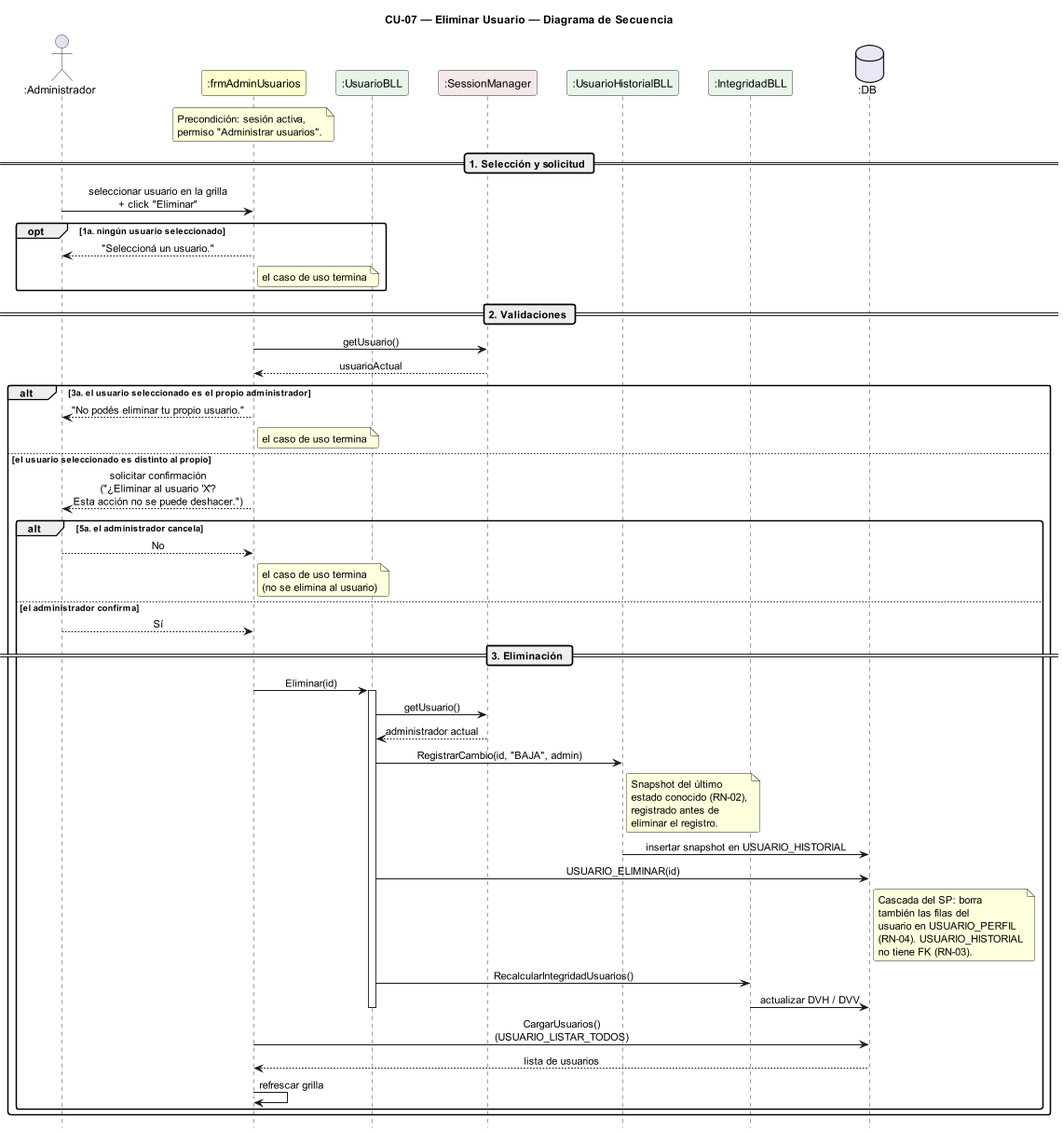
The PlantUML diagram DIAGRAMAS/DiagramaSecuencia_CU07_EliminarUsuario.png in Urrels/ingenieria_software, before a commit. The source it was exported from:
```plantuml
@startuml DiagramaSecuencia_CU07_EliminarUsuario

title CU-07 — Eliminar Usuario — Diagrama de Secuencia

skinparam shadowing false
skinparam roundcorner 6
skinparam sequenceArrowThickness 1.2
skinparam ParticipantPadding 14
skinparam sequenceMessageAlign center
hide footbox
scale 0.85

actor       ":Administrador"       as A
participant ":frmAdminUsuarios"    as FA #FEFECE
participant ":UsuarioBLL"          as UB #E8F4E8
participant ":SessionManager"      as SM #F4E8E8
participant ":UsuarioHistorialBLL" as UH #E8F4E8
participant ":IntegridadBLL"       as IB #E8F4E8
database    ":DB"                  as DB #E8E8F4

note over FA
  Precondición: sesión activa,
  permiso "Administrar usuarios".
end note

== 1. Selección y solicitud ==

A -> FA : seleccionar usuario en la grilla\n+ click "Eliminar"

opt 1a. ningún usuario seleccionado
  FA --> A : "Seleccioná un usuario."
  note right of FA : el caso de uso termina
end

== 2. Validaciones ==

FA -> SM : getUsuario()
SM --> FA : usuarioActual

alt 3a. el usuario seleccionado es el propio administrador
  FA --> A : "No podés eliminar tu propio usuario."
  note right of FA : el caso de uso termina

else el usuario seleccionado es distinto al propio
  FA --> A : solicitar confirmación\n("¿Eliminar al usuario 'X'?\nEsta acción no se puede deshacer.")

  alt 5a. el administrador cancela
    A --> FA : No
    note right of FA : el caso de uso termina\n(no se elimina al usuario)

  else el administrador confirma
    A --> FA : Sí

    == 3. Eliminación ==

    FA -> UB : Eliminar(id)
    activate UB

    UB -> SM : getUsuario()
    SM --> UB : administrador actual

    UB -> UH : RegistrarCambio(id, "BAJA", admin)
    note right of UH
      Snapshot del último
      estado conocido (RN-02),
      registrado antes de
      eliminar el registro.
    end note
    UH -> DB : insertar snapshot en USUARIO_HISTORIAL

    UB -> DB : USUARIO_ELIMINAR(id)
    note right of DB
      Cascada del SP: borra
      también las filas del
      usuario en USUARIO_PERFIL
      (RN-04). USUARIO_HISTORIAL
      no tiene FK (RN-03).
    end note

    UB -> IB : RecalcularIntegridadUsuarios()
    IB -> DB : actualizar DVH / DVV
    deactivate UB

    FA -> DB : CargarUsuarios()\n(USUARIO_LISTAR_TODOS)
    DB --> FA : lista de usuarios
    FA -> FA : refrescar grilla
  end
end

@enduml
```
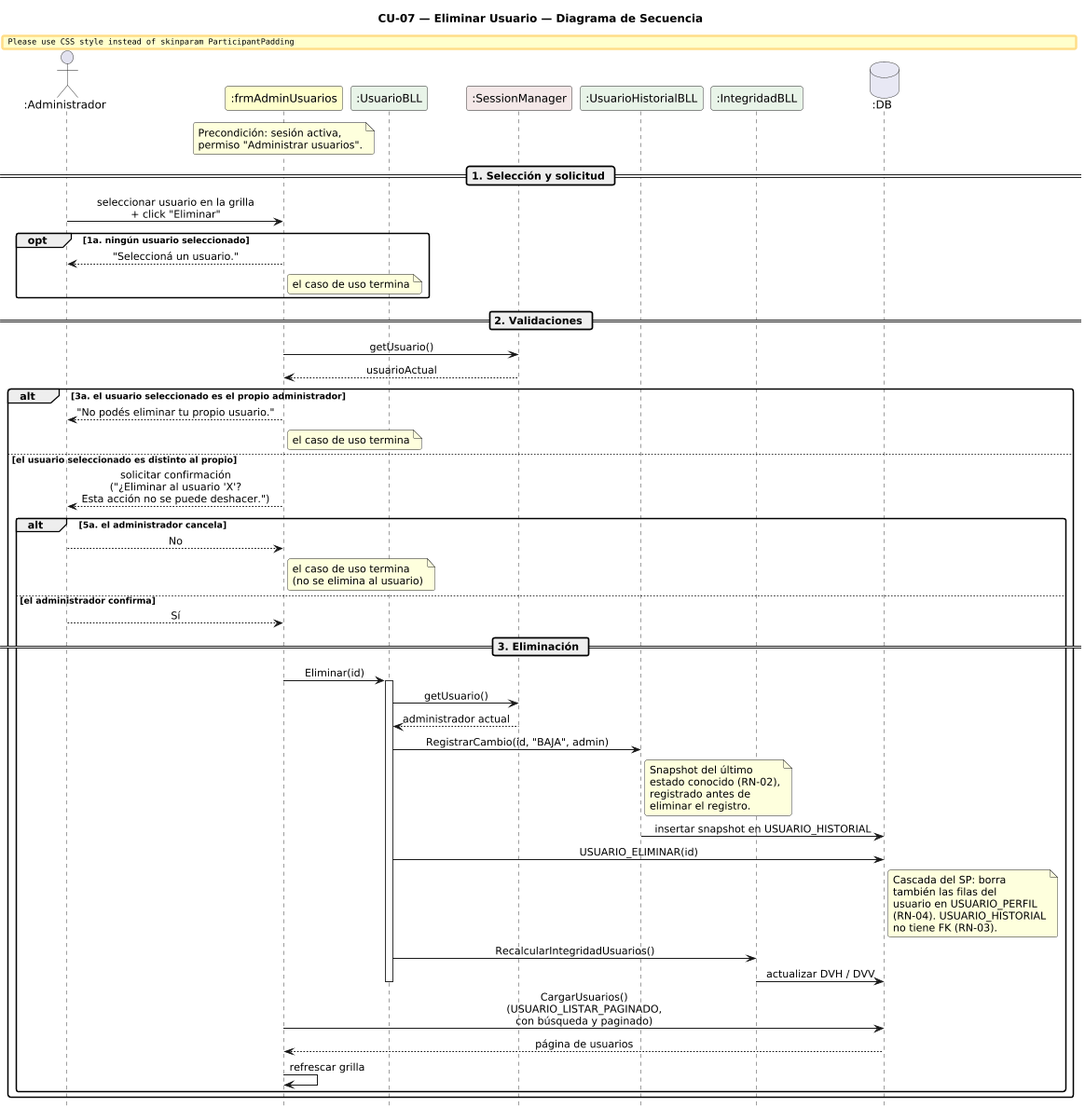
After the change.

Commit message:
docs: corrige diagramas CU07/CU08/CU09/CU19/CU20 (paginado real, fallback traducciones, refresco de sesión)

The edit, as a diff of the source:
```diff
@@ -81,8 +81,8 @@
     IB -> DB : actualizar DVH / DVV
     deactivate UB
 
-    FA -> DB : CargarUsuarios()\n(USUARIO_LISTAR_TODOS)
-    DB --> FA : lista de usuarios
+    FA -> DB : CargarUsuarios()\n(USUARIO_LISTAR_PAGINADO,\ncon búsqueda y paginado)
+    DB --> FA : página de usuarios
     FA -> FA : refrescar grilla
   end
 end
```
